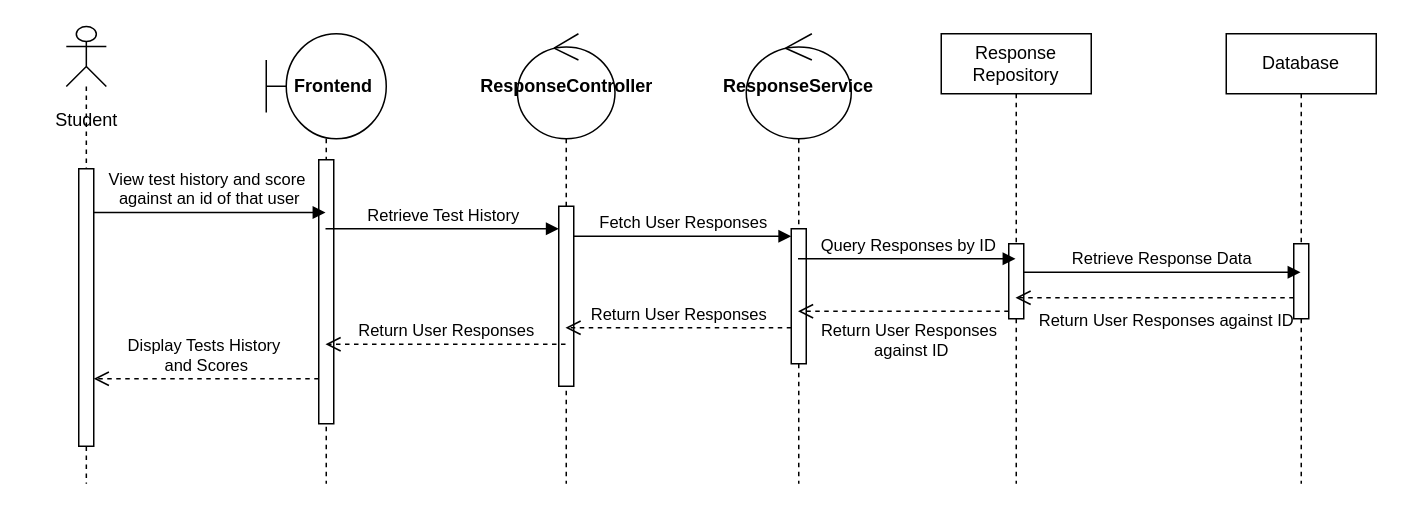
This is Sequence Diagrams/View_Test_History.drawio from MS1034/fyp-digrams-reports, a draw.io file, before an edit. Source tidied: cells renumbered, new cells numbered last; positions are measured from the earlier drawing's top-left corner, leaving out a move shared by most shapes. Both pictures are drawn from the tidied source at 150%, with x=0, y=0 at pixel (26, 26).
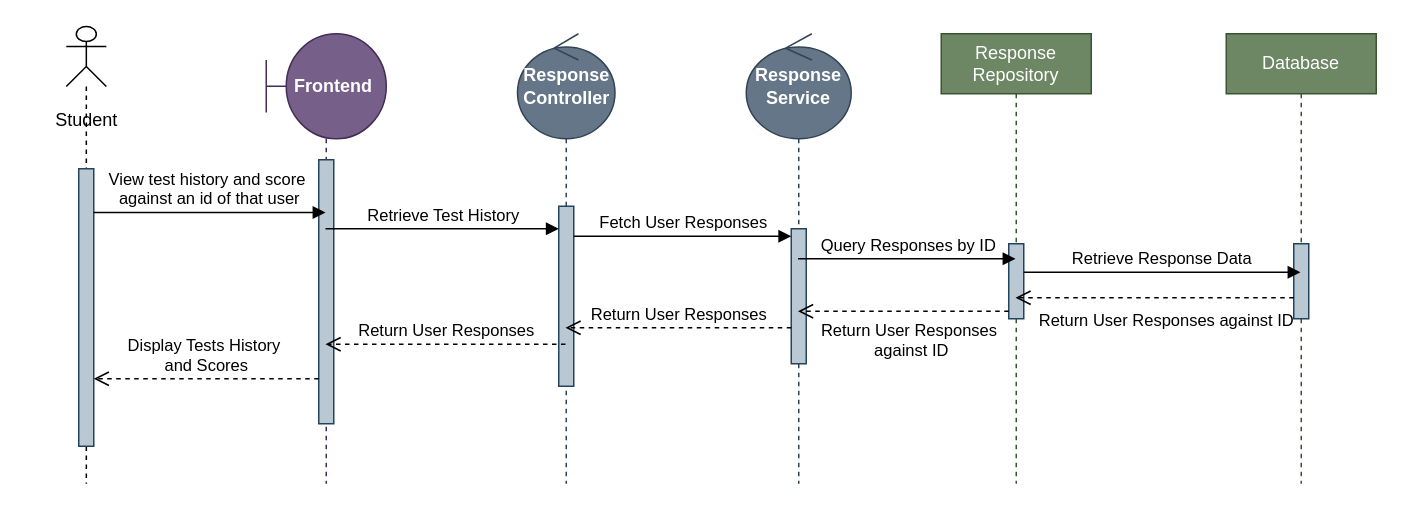
The same page after the edit.

The change refers to these unchanged cells:
```xml
<mxCell id="2" style="group;" parent="1" vertex="1">
  <mxGeometry y="10" width="80" height="295" as="geometry" />
</mxCell>
```

Diff of the diagram source:
```diff
@@
-    <mxCell id="5" style="html=1;perimeter=orthogonalPerimeter;targetShapes=umlLifeline;newEdgeStyle={&quot;curved&quot;:0,&quot;rounded&quot;:0};" parent="2" vertex="1">
+    <mxCell id="5" style="html=1;perimeter=orthogonalPerimeter;targetShapes=umlLifeline;newEdgeStyle={&quot;curved&quot;:0,&quot;rounded&quot;:0};fillColor=#bac8d3;strokeColor=#23445d;" parent="2" vertex="1">
       <mxGeometry x="35" y="85" width="10" height="185" as="geometry" />
     </mxCell>
-    <mxCell id="6" value="&lt;b&gt;&amp;nbsp; &amp;nbsp;Frontend&lt;/b&gt;" style="shape=umlLifeline;perimeter=lifelinePerimeter;whiteSpace=wrap;html=1;outlineConnect=0;portConstraint=eastwest;newEdgeStyle={&quot;curved&quot;:0,&quot;rounded&quot;:0};participant=umlBoundary;size=70;" parent="1" vertex="1">
+    <mxCell id="6" value="&lt;b&gt;&amp;nbsp; &amp;nbsp;Frontend&lt;/b&gt;" style="shape=umlLifeline;perimeter=lifelinePerimeter;whiteSpace=wrap;html=1;outlineConnect=0;portConstraint=eastwest;newEdgeStyle={&quot;curved&quot;:0,&quot;rounded&quot;:0};participant=umlBoundary;size=70;fillColor=#76608a;fontColor=#ffffff;strokeColor=#432D57;" parent="1" vertex="1">
       <mxGeometry x="160" y="5" width="80" height="300" as="geometry" />
     </mxCell>
-    <mxCell id="7" style="html=1;perimeter=orthogonalPerimeter;targetShapes=umlLifeline;newEdgeStyle={&quot;curved&quot;:0,&quot;rounded&quot;:0};" parent="6" vertex="1">
+    <mxCell id="7" style="html=1;perimeter=orthogonalPerimeter;targetShapes=umlLifeline;newEdgeStyle={&quot;curved&quot;:0,&quot;rounded&quot;:0};fillColor=#bac8d3;strokeColor=#23445d;" parent="6" vertex="1">
       <mxGeometry x="35" y="84" width="10" height="176" as="geometry" />
     </mxCell>
-    <mxCell id="8" value="&lt;b&gt;ResponseController&lt;/b&gt;" style="shape=umlLifeline;perimeter=lifelinePerimeter;whiteSpace=wrap;html=1;newEdgeStyle={&quot;curved&quot;:0,&quot;rounded&quot;:0};participant=umlControl;size=70;" parent="1" vertex="1">
+    <mxCell id="8" value="&lt;b&gt;Response&lt;/b&gt;&lt;div&gt;&lt;b&gt;Controller&lt;/b&gt;&lt;/div&gt;" style="shape=umlLifeline;perimeter=lifelinePerimeter;whiteSpace=wrap;html=1;newEdgeStyle={&quot;curved&quot;:0,&quot;rounded&quot;:0};participant=umlControl;size=70;fillColor=#647687;fontColor=#ffffff;strokeColor=#314354;" parent="1" vertex="1">
       <mxGeometry x="327.5" y="5" width="65" height="300" as="geometry" />
     </mxCell>
-    <mxCell id="9" style="html=1;points=[[0,0,0,0,5],[0,1,0,0,-5],[1,0,0,0,5],[1,1,0,0,-5]];perimeter=orthogonalPerimeter;outlineConnect=0;targetShapes=umlLifeline;portConstraint=eastwest;newEdgeStyle={&quot;curved&quot;:0,&quot;rounded&quot;:0};" parent="8" vertex="1">
+    <mxCell id="9" style="html=1;points=[[0,0,0,0,5],[0,1,0,0,-5],[1,0,0,0,5],[1,1,0,0,-5]];perimeter=orthogonalPerimeter;outlineConnect=0;targetShapes=umlLifeline;portConstraint=eastwest;newEdgeStyle={&quot;curved&quot;:0,&quot;rounded&quot;:0};fillColor=#bac8d3;strokeColor=#23445d;" parent="8" vertex="1">
       <mxGeometry x="27.5" y="115" width="10" height="120" as="geometry" />
     </mxCell>
-    <mxCell id="10" value="&lt;b&gt;ResponseService&lt;/b&gt;" style="shape=umlLifeline;perimeter=lifelinePerimeter;whiteSpace=wrap;html=1;outlineConnect=0;portConstraint=eastwest;newEdgeStyle={&quot;curved&quot;:0,&quot;rounded&quot;:0};participant=umlControl;size=70;" parent="1" vertex="1">
+    <mxCell id="10" value="&lt;b&gt;Response&lt;/b&gt;&lt;div&gt;&lt;b&gt;Service&lt;/b&gt;&lt;/div&gt;" style="shape=umlLifeline;perimeter=lifelinePerimeter;whiteSpace=wrap;html=1;outlineConnect=0;portConstraint=eastwest;newEdgeStyle={&quot;curved&quot;:0,&quot;rounded&quot;:0};participant=umlControl;size=70;fillColor=#647687;fontColor=#ffffff;strokeColor=#314354;" parent="1" vertex="1">
       <mxGeometry x="480" y="5" width="70" height="300" as="geometry" />
     </mxCell>
-    <mxCell id="11" style="html=1;points=[[0,0,0,0,5],[0,1,0,0,-5],[1,0,0,0,5],[1,1,0,0,-5]];perimeter=orthogonalPerimeter;outlineConnect=0;targetShapes=umlLifeline;portConstraint=eastwest;newEdgeStyle={&quot;curved&quot;:0,&quot;rounded&quot;:0};" parent="10" vertex="1">
+    <mxCell id="11" style="html=1;points=[[0,0,0,0,5],[0,1,0,0,-5],[1,0,0,0,5],[1,1,0,0,-5]];perimeter=orthogonalPerimeter;outlineConnect=0;targetShapes=umlLifeline;portConstraint=eastwest;newEdgeStyle={&quot;curved&quot;:0,&quot;rounded&quot;:0};fillColor=#bac8d3;strokeColor=#23445d;" parent="10" vertex="1">
       <mxGeometry x="30" y="130" width="10" height="90" as="geometry" />
     </mxCell>
-    <mxCell id="12" value="Response Repository" style="shape=umlLifeline;perimeter=lifelinePerimeter;whiteSpace=wrap;html=1;outlineConnect=0;portConstraint=eastwest;newEdgeStyle={&quot;curved&quot;:0,&quot;rounded&quot;:0};" parent="1" vertex="1">
+    <mxCell id="12" value="Response Repository" style="shape=umlLifeline;perimeter=lifelinePerimeter;whiteSpace=wrap;html=1;outlineConnect=0;portConstraint=eastwest;newEdgeStyle={&quot;curved&quot;:0,&quot;rounded&quot;:0};fillColor=#6d8764;fontColor=#ffffff;strokeColor=#3A5431;" parent="1" vertex="1">
       <mxGeometry x="610" y="5" width="100" height="300" as="geometry" />
     </mxCell>
-    <mxCell id="13" style="html=1;points=[[0,0,0,0,5],[0,1,0,0,-5],[1,0,0,0,5],[1,1,0,0,-5]];perimeter=orthogonalPerimeter;outlineConnect=0;targetShapes=umlLifeline;portConstraint=eastwest;newEdgeStyle={&quot;curved&quot;:0,&quot;rounded&quot;:0};" parent="12" vertex="1">
+    <mxCell id="13" style="html=1;points=[[0,0,0,0,5],[0,1,0,0,-5],[1,0,0,0,5],[1,1,0,0,-5]];perimeter=orthogonalPerimeter;outlineConnect=0;targetShapes=umlLifeline;portConstraint=eastwest;newEdgeStyle={&quot;curved&quot;:0,&quot;rounded&quot;:0};fillColor=#bac8d3;strokeColor=#23445d;" parent="12" vertex="1">
       <mxGeometry x="45" y="140" width="10" height="50" as="geometry" />
     </mxCell>
@@
-    <mxCell id="22" value="Database" style="shape=umlLifeline;perimeter=lifelinePerimeter;whiteSpace=wrap;html=1;newEdgeStyle={&quot;curved&quot;:0,&quot;rounded&quot;:0};" parent="1" vertex="1">
+    <mxCell id="22" value="Database" style="shape=umlLifeline;perimeter=lifelinePerimeter;whiteSpace=wrap;html=1;newEdgeStyle={&quot;curved&quot;:0,&quot;rounded&quot;:0};fillColor=#6d8764;fontColor=#ffffff;strokeColor=#3A5431;" parent="1" vertex="1">
       <mxGeometry x="800" y="5" width="100" height="300" as="geometry" />
     </mxCell>
-    <mxCell id="23" style="html=1;perimeter=orthogonalPerimeter;targetShapes=umlLifeline;newEdgeStyle={&quot;curved&quot;:0,&quot;rounded&quot;:0};" parent="22" vertex="1">
+    <mxCell id="23" style="html=1;perimeter=orthogonalPerimeter;targetShapes=umlLifeline;newEdgeStyle={&quot;curved&quot;:0,&quot;rounded&quot;:0};fillColor=#bac8d3;strokeColor=#23445d;" parent="22" vertex="1">
       <mxGeometry x="45" y="140" width="10" height="50" as="geometry" />
     </mxCell>
```
